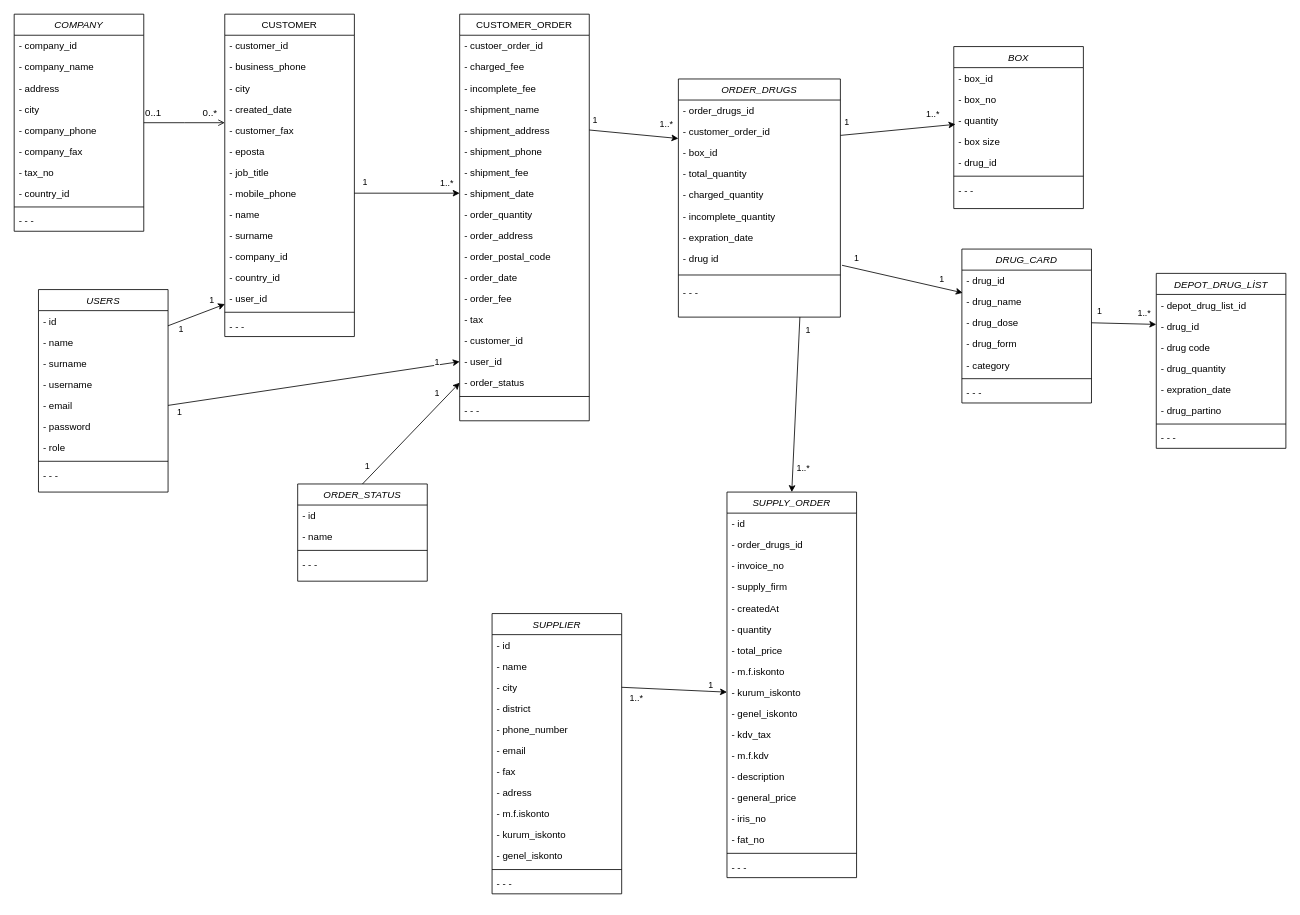
Above: Untitled Diagram.drawio in viacelal/diagram (draw.io), before the change. Source tidied: cells renumbered, new cells numbered last; positions are measured from the earlier drawing's top-left corner, leaving out a move shared by most shapes. Both pictures are drawn from the tidied source at 81%, with x=0, y=0 at pixel (14, 14).
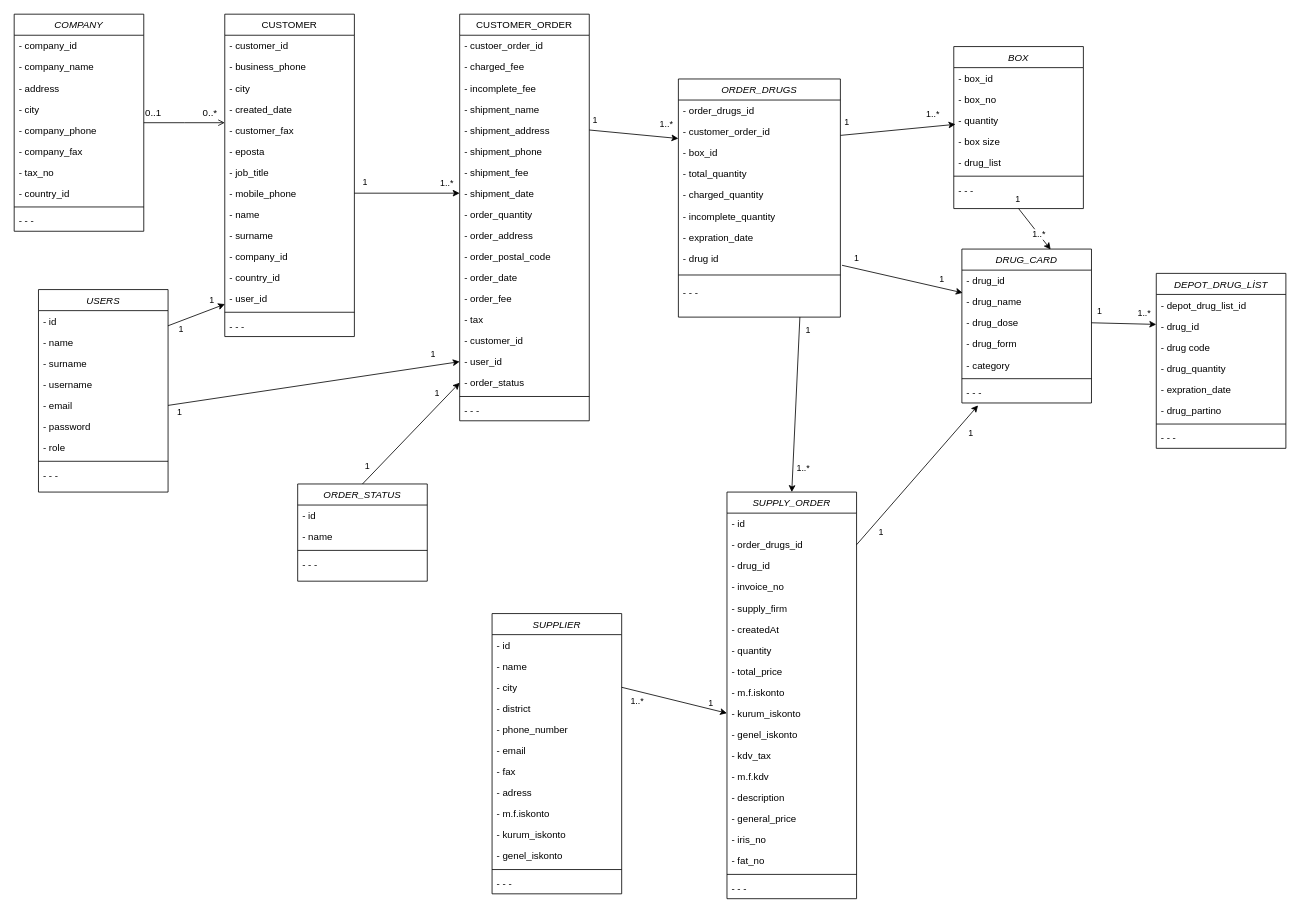
The same diagram, later.

The change refers to these unchanged cells:
```xml
<mxCell id="82" style="endArrow=classic;html=1;entryX=0;entryY=0.5;entryDx=0;entryDy=0;exitX=1;exitY=0.5;exitDx=0;exitDy=0;" parent="1" edge="1" source="74" target="48">
  <mxGeometry relative="1" as="geometry" />
</mxCell>
<mxCell id="87" value="- order_drugs_id" style="text;align=left;verticalAlign=top;spacingLeft=4;spacingRight=4;overflow=hidden;points=[[0,0.5],[1,0.5]];portConstraint=eastwest;" parent="85" vertex="1">
  <mxGeometry y="52" width="160" height="26" as="geometry" />
</mxCell>
<mxCell id="107" value="BOX" style="swimlane;fontStyle=2;align=center;verticalAlign=top;horizontal=1;startSize=26;rounded=0;shadow=0;strokeWidth=1;" parent="1" vertex="1">
  <mxGeometry x="1160" y="40" width="160" height="200" as="geometry" />
</mxCell>
<mxCell id="155" value="DRUG_CARD" style="swimlane;fontStyle=2;align=center;verticalAlign=top;horizontal=1;startSize=26;rounded=0;shadow=0;strokeWidth=1;" parent="1" vertex="1">
  <mxGeometry x="1170" y="290" width="160" height="190" as="geometry" />
</mxCell>
<mxCell id="162" value="- - -" style="text;align=left;verticalAlign=top;spacingLeft=4;spacingRight=4;overflow=hidden;points=[[0,0.5],[1,0.5]];portConstraint=eastwest;" parent="155" vertex="1">
  <mxGeometry y="164" width="160" height="26" as="geometry" />
</mxCell>
```

The edit, as a diff of the source:
```diff
@@
     <mxCell id="84" value="1" style="edgeLabel;html=1;align=center;verticalAlign=middle;" parent="82" vertex="1">
       <mxGeometry x="0.92" y="1" relative="1" as="geometry">
-        <mxPoint x="-13" y="-2" as="offset" />
+        <mxPoint x="-18" y="-11" as="offset" />
       </mxGeometry>
     </mxCell>
     <mxCell id="85" value="SUPPLY_ORDER" style="swimlane;fontStyle=2;align=center;verticalAlign=top;horizontal=1;startSize=26;rounded=0;shadow=0;strokeWidth=1;" parent="1" vertex="1">
-      <mxGeometry x="880" y="590" width="160" height="476" as="geometry" />
+      <mxGeometry x="880" y="590" width="160" height="502" as="geometry" />
     </mxCell>
@@
+    <mxCell id="166" value="- drug_id" style="text;align=left;verticalAlign=top;spacingLeft=4;spacingRight=4;overflow=hidden;" parent="85" vertex="1">
+      <mxGeometry y="78" width="160" height="26" as="geometry" />
+    </mxCell>
     <mxCell id="88" value="- invoice_no" style="text;align=left;verticalAlign=top;spacingLeft=4;spacingRight=4;overflow=hidden;" parent="85" vertex="1">
-      <mxGeometry y="78" width="160" height="26" as="geometry" />
+      <mxGeometry y="104" width="160" height="26" as="geometry" />
     </mxCell>
     <mxCell id="89" value="- supply_firm" style="text;align=left;verticalAlign=top;spacingLeft=4;spacingRight=4;overflow=hidden;" parent="85" vertex="1">
-      <mxGeometry y="104" width="160" height="26" as="geometry" />
+      <mxGeometry y="130" width="160" height="26" as="geometry" />
     </mxCell>
     <mxCell id="90" value="- createdAt" style="text;align=left;verticalAlign=top;spacingLeft=4;spacingRight=4;overflow=hidden;" parent="85" vertex="1">
-      <mxGeometry y="130" width="160" height="26" as="geometry" />
+      <mxGeometry y="156" width="160" height="26" as="geometry" />
     </mxCell>
     <mxCell id="91" value="- quantity" style="text;align=left;verticalAlign=top;spacingLeft=4;spacingRight=4;overflow=hidden;" parent="85" vertex="1">
-      <mxGeometry y="156" width="160" height="26" as="geometry" />
+      <mxGeometry y="182" width="160" height="26" as="geometry" />
     </mxCell>
     <mxCell id="92" value="- total_price" style="text;align=left;verticalAlign=top;spacingLeft=4;spacingRight=4;overflow=hidden;" parent="85" vertex="1">
-      <mxGeometry y="182" width="160" height="26" as="geometry" />
+      <mxGeometry y="208" width="160" height="26" as="geometry" />
     </mxCell>
     <mxCell id="93" value="- m.f.iskonto" style="text;align=left;verticalAlign=top;spacingLeft=4;spacingRight=4;overflow=hidden;" parent="85" vertex="1">
-      <mxGeometry y="208" width="160" height="26" as="geometry" />
+      <mxGeometry y="234" width="160" height="26" as="geometry" />
     </mxCell>
     <mxCell id="94" value="- kurum_iskonto" style="text;align=left;verticalAlign=top;spacingLeft=4;spacingRight=4;overflow=hidden;points=[[0,0.5],[1,0.5]];portConstraint=eastwest;" parent="85" vertex="1">
-      <mxGeometry y="234" width="160" height="26" as="geometry" />
+      <mxGeometry y="260" width="160" height="26" as="geometry" />
     </mxCell>
     <mxCell id="95" value="- genel_iskonto" style="text;align=left;verticalAlign=top;spacingLeft=4;spacingRight=4;overflow=hidden;" parent="85" vertex="1">
-      <mxGeometry y="260" width="160" height="26" as="geometry" />
+      <mxGeometry y="286" width="160" height="26" as="geometry" />
     </mxCell>
     <mxCell id="96" value="- kdv_tax" style="text;align=left;verticalAlign=top;spacingLeft=4;spacingRight=4;overflow=hidden;" parent="85" vertex="1">
-      <mxGeometry y="286" width="160" height="26" as="geometry" />
+      <mxGeometry y="312" width="160" height="26" as="geometry" />
     </mxCell>
     <mxCell id="97" value="- m.f.kdv" style="text;align=left;verticalAlign=top;spacingLeft=4;spacingRight=4;overflow=hidden;" parent="85" vertex="1">
-      <mxGeometry y="312" width="160" height="26" as="geometry" />
+      <mxGeometry y="338" width="160" height="26" as="geometry" />
     </mxCell>
     <mxCell id="98" value="- description" style="text;align=left;verticalAlign=top;spacingLeft=4;spacingRight=4;overflow=hidden;" parent="85" vertex="1">
-      <mxGeometry y="338" width="160" height="26" as="geometry" />
+      <mxGeometry y="364" width="160" height="26" as="geometry" />
     </mxCell>
     <mxCell id="99" value="- general_price" style="text;align=left;verticalAlign=top;spacingLeft=4;spacingRight=4;overflow=hidden;" parent="85" vertex="1">
-      <mxGeometry y="364" width="160" height="26" as="geometry" />
+      <mxGeometry y="390" width="160" height="26" as="geometry" />
     </mxCell>
     <mxCell id="100" value="- iris_no" style="text;align=left;verticalAlign=top;spacingLeft=4;spacingRight=4;overflow=hidden;" parent="85" vertex="1">
-      <mxGeometry y="390" width="160" height="26" as="geometry" />
+      <mxGeometry y="416" width="160" height="26" as="geometry" />
     </mxCell>
     <mxCell id="101" value="- fat_no" style="text;align=left;verticalAlign=top;spacingLeft=4;spacingRight=4;overflow=hidden;" parent="85" vertex="1">
-      <mxGeometry y="416" width="160" height="26" as="geometry" />
+      <mxGeometry y="442" width="160" height="26" as="geometry" />
     </mxCell>
     <mxCell id="102" style="line;html=1;strokeWidth=1;align=left;verticalAlign=middle;spacingTop=-1;spacingLeft=3;spacingRight=3;labelPosition=right;" parent="85" vertex="1">
-      <mxGeometry y="442" width="160" height="8" as="geometry" />
+      <mxGeometry y="468" width="160" height="8" as="geometry" />
     </mxCell>
     <mxCell id="103" value="- - -" style="text;align=left;verticalAlign=top;spacingLeft=4;spacingRight=4;overflow=hidden;" parent="85" vertex="1">
-      <mxGeometry y="450" width="160" height="26" as="geometry" />
+      <mxGeometry y="476" width="160" height="26" as="geometry" />
     </mxCell>
@@
-    <mxCell id="112" value="- drug_id" style="text;align=left;verticalAlign=top;spacingLeft=4;spacingRight=4;overflow=hidden;" parent="107" vertex="1">
+    <mxCell id="112" value="- drug_list" style="text;align=left;verticalAlign=top;spacingLeft=4;spacingRight=4;overflow=hidden;" parent="107" vertex="1">
       <mxGeometry y="130" width="160" height="26" as="geometry" />
     </mxCell>
@@
+    <mxCell id="167" style="endArrow=classic;html=1;entryX=0.125;entryY=1.115;entryDx=0;entryDy=0;entryPerimeter=0;exitX=1;exitY=0.5;exitDx=0;exitDy=0;" parent="1" edge="1" source="87" target="162">
+      <mxGeometry relative="1" as="geometry" />
+    </mxCell>
+    <mxCell id="168" value="1" style="edgeLabel;html=1;align=center;verticalAlign=middle;" parent="167" vertex="1">
+      <mxGeometry x="-0.71" y="-2" relative="1" as="geometry">
+        <mxPoint x="6" y="8" as="offset" />
+      </mxGeometry>
+    </mxCell>
+    <mxCell id="169" value="1" style="edgeLabel;html=1;align=center;verticalAlign=middle;" parent="167" vertex="1">
+      <mxGeometry x="0.73" y="-1" relative="1" as="geometry">
+        <mxPoint x="10" y="9" as="offset" />
+      </mxGeometry>
+    </mxCell>
+    <mxCell id="170" style="endArrow=classic;html=1;entryX=0.685;entryY=0.003;entryDx=0;entryDy=0;entryPerimeter=0;exitX=0.5;exitY=1;exitDx=0;exitDy=0;" parent="1" edge="1" source="107" target="155">
+      <mxGeometry relative="1" as="geometry" />
+    </mxCell>
+    <mxCell id="171" value="1..*" style="edgeLabel;html=1;align=center;verticalAlign=middle;" parent="170" vertex="1">
+      <mxGeometry x="0.76" y="1" relative="1" as="geometry">
+        <mxPoint x="-11" y="-13" as="offset" />
+      </mxGeometry>
+    </mxCell>
+    <mxCell id="172" value="1" style="edgeLabel;html=1;align=center;verticalAlign=middle;" parent="170" vertex="1">
+      <mxGeometry x="-0.84" y="-1" relative="1" as="geometry">
+        <mxPoint x="-4" y="-17" as="offset" />
+      </mxGeometry>
+    </mxCell>
```
